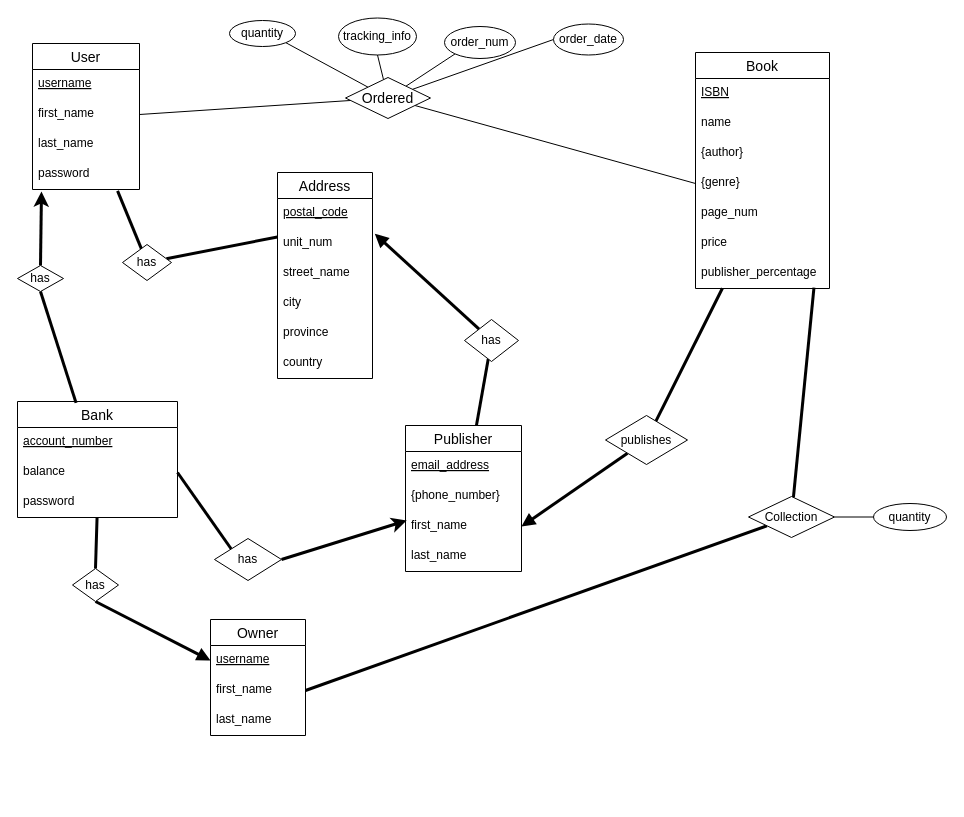
MiniEinsteinD/BookStore keeps this draw.io diagram as Diagrams/2.1 Conceptual Design.drawio. Above is the earlier version. Source tidied: cells renumbered, new cells numbered last; positions are measured from the earlier drawing's top-left corner, leaving out a move shared by most shapes. Both pictures are drawn from the tidied source at 100%, with x=0, y=0 at pixel (17, 18).
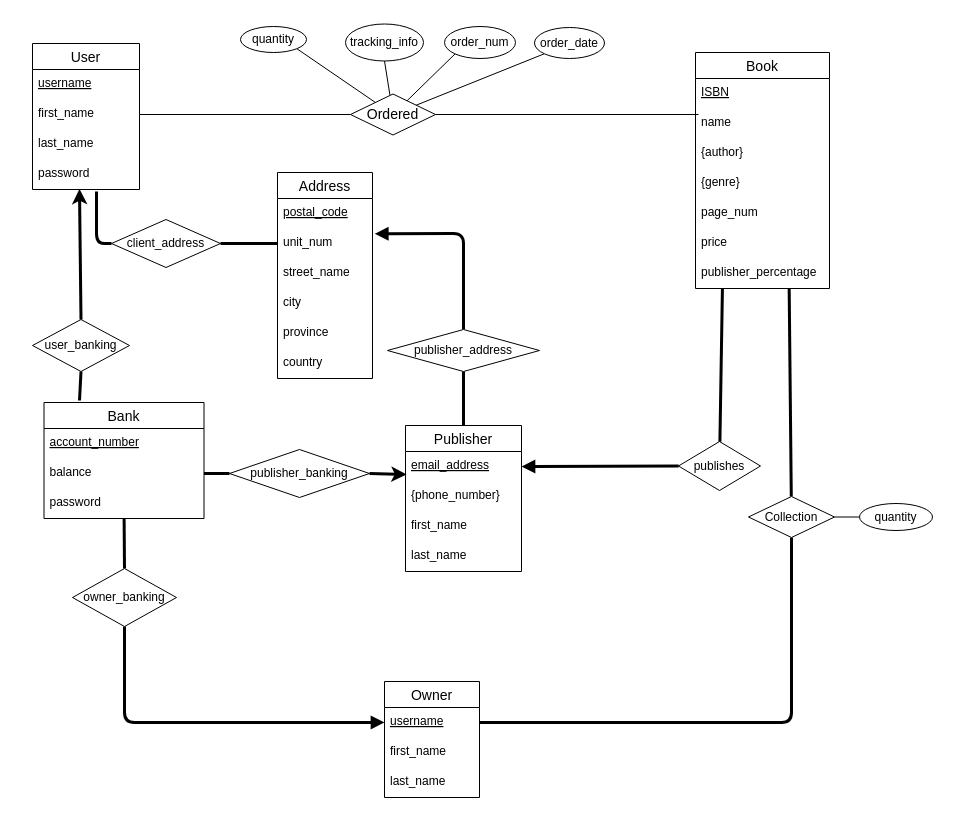
After the change.

Unchanged cells that the change refers to:
```xml
<mxCell id="6" value="password" style="text;strokeColor=none;fillColor=none;spacingLeft=4;spacingRight=4;overflow=hidden;points=[[0,0.5],[1,0.5]];portConstraint=eastwest;fontSize=12;fontColor=default;" parent="2" vertex="1">
  <mxGeometry y="116" width="107" height="30" as="geometry" />
</mxCell>
<mxCell id="11" value="{genre}" style="text;strokeColor=none;fillColor=none;spacingLeft=4;spacingRight=4;overflow=hidden;points=[[0,0.5],[1,0.5]];portConstraint=eastwest;fontSize=12;fontColor=default;" parent="7" vertex="1">
  <mxGeometry y="116" width="134" height="30" as="geometry" />
</mxCell>
<mxCell id="14" value="publisher_percentage" style="text;strokeColor=none;fillColor=none;spacingLeft=4;spacingRight=4;overflow=hidden;points=[[0,0.5],[1,0.5]];portConstraint=eastwest;fontSize=12;fontColor=default;" parent="7" vertex="1">
  <mxGeometry y="206" width="134" height="30" as="geometry" />
</mxCell>
<mxCell id="17" value="Collection" style="shape=rhombus;perimeter=rhombusPerimeter;whiteSpace=wrap;html=1;align=center;fontColor=default;" parent="1" vertex="1">
  <mxGeometry x="731" y="478" width="86" height="41" as="geometry" />
</mxCell>
<mxCell id="22" value="balance" style="text;strokeColor=none;fillColor=none;spacingLeft=4;spacingRight=4;overflow=hidden;points=[[0,0.5],[1,0.5]];portConstraint=eastwest;fontSize=12;fontColor=default;" parent="20" vertex="1">
  <mxGeometry y="56" width="160" height="30" as="geometry" />
</mxCell>
<mxCell id="29" value="unit_num" style="text;strokeColor=none;fillColor=none;spacingLeft=4;spacingRight=4;overflow=hidden;points=[[0,0.5],[1,0.5]];portConstraint=eastwest;fontSize=12;" parent="27" vertex="1">
  <mxGeometry y="56" width="95" height="30" as="geometry" />
</mxCell>
<mxCell id="49" value="email_address" style="text;strokeColor=none;fillColor=none;spacingLeft=4;spacingRight=4;overflow=hidden;points=[[0,0.5],[1,0.5]];portConstraint=eastwest;fontSize=12;fontStyle=4;" parent="48" vertex="1">
  <mxGeometry y="26" width="116" height="30" as="geometry" />
</mxCell>
<mxCell id="51" value="first_name" style="text;strokeColor=none;fillColor=none;spacingLeft=4;spacingRight=4;overflow=hidden;points=[[0,0.5],[1,0.5]];portConstraint=eastwest;fontSize=12;" parent="48" vertex="1">
  <mxGeometry y="86" width="116" height="30" as="geometry" />
</mxCell>
<mxCell id="54" value="username" style="text;strokeColor=none;fillColor=none;spacingLeft=4;spacingRight=4;overflow=hidden;points=[[0,0.5],[1,0.5]];portConstraint=eastwest;fontSize=12;fontStyle=4;" parent="53" vertex="1">
  <mxGeometry y="26" width="95" height="30" as="geometry" />
</mxCell>
<mxCell id="55" value="first_name        " style="text;strokeColor=none;fillColor=none;spacingLeft=4;spacingRight=4;overflow=hidden;points=[[0,0.5],[1,0.5]];portConstraint=eastwest;fontSize=12;" parent="53" vertex="1">
  <mxGeometry y="56" width="95" height="30" as="geometry" />
</mxCell>
```

What changed in the source:
```diff
@@
-    <mxCell id="15" style="edgeStyle=none;html=1;entryX=1;entryY=0.5;entryDx=0;entryDy=0;endArrow=none;endFill=0;strokeWidth=3;" parent="1" edge="1" source="17" target="55">
-      <mxGeometry relative="1" as="geometry" />
+    <mxCell id="15" style="edgeStyle=none;html=1;entryX=1;entryY=0.5;entryDx=0;entryDy=0;endArrow=none;endFill=0;strokeWidth=3;" parent="1" edge="1" source="17" target="54">
+      <mxGeometry relative="1" as="geometry">
+        <Array as="points">
+          <mxPoint x="774" y="704" />
+        </Array>
+      </mxGeometry>
     </mxCell>
-    <mxCell id="16" style="edgeStyle=none;html=1;endArrow=none;endFill=0;strokeWidth=3;startArrow=none;startFill=0;entryX=0.884;entryY=0.973;entryDx=0;entryDy=0;entryPerimeter=0;" parent="1" edge="1" source="17" target="14">
+    <mxCell id="16" style="edgeStyle=none;html=1;endArrow=none;endFill=0;strokeWidth=3;startArrow=none;startFill=0;entryX=0.699;entryY=0.987;entryDx=0;entryDy=0;entryPerimeter=0;" parent="1" edge="1" source="17" target="14">
       <mxGeometry relative="1" as="geometry" />
     </mxCell>
@@
     <mxCell id="19" value="&lt;span style=&quot;text-align: left&quot;&gt;quantity&lt;/span&gt;" style="ellipse;whiteSpace=wrap;html=1;align=center;fontColor=default;" parent="1" vertex="1">
-      <mxGeometry x="856" y="485" width="73" height="27" as="geometry" />
+      <mxGeometry x="842" y="485" width="73" height="27" as="geometry" />
     </mxCell>
     <mxCell id="20" value="Bank" style="swimlane;fontStyle=0;horizontal=1;startSize=26;align=center;fontSize=14;fontColor=default;" parent="1" vertex="1">
-      <mxGeometry y="383" width="160" height="116" as="geometry" />
+      <mxGeometry x="26.5" y="384" width="160" height="116" as="geometry" />
     </mxCell>
@@
-    <mxCell id="24" style="html=1;fontColor=default;endArrow=none;endFill=0;exitX=0.5;exitY=1;exitDx=0;exitDy=0;strokeWidth=3;entryX=0.366;entryY=0.012;entryDx=0;entryDy=0;entryPerimeter=0;" parent="1" edge="1" source="26" target="20">
-      <mxGeometry relative="1" as="geometry" />
+    <mxCell id="24" style="html=1;fontColor=default;endArrow=none;endFill=0;exitX=0.5;exitY=1;exitDx=0;exitDy=0;strokeWidth=3;" parent="1" edge="1" source="26">
+      <mxGeometry relative="1" as="geometry">
+        <mxPoint x="62" y="382" as="targetPoint" />
+      </mxGeometry>
     </mxCell>
-    <mxCell id="25" style="edgeStyle=none;html=1;exitX=0.5;exitY=0;exitDx=0;exitDy=0;entryX=0.084;entryY=1.067;entryDx=0;entryDy=0;entryPerimeter=0;endArrow=classic;endFill=1;strokeWidth=3;" parent="1" edge="1" source="26" target="6">
+    <mxCell id="25" style="edgeStyle=none;html=1;exitX=0.5;exitY=0;exitDx=0;exitDy=0;entryX=0.439;entryY=0.98;entryDx=0;entryDy=0;entryPerimeter=0;endArrow=classic;endFill=1;strokeWidth=3;" parent="1" edge="1" source="26" target="6">
       <mxGeometry relative="1" as="geometry" />
     </mxCell>
-    <mxCell id="26" value="has" style="shape=rhombus;perimeter=rhombusPerimeter;whiteSpace=wrap;html=1;align=center;fontColor=default;" parent="1" vertex="1">
-      <mxGeometry y="247" width="46" height="26" as="geometry" />
+    <mxCell id="26" value="user_banking" style="shape=rhombus;perimeter=rhombusPerimeter;whiteSpace=wrap;html=1;align=center;fontColor=default;" parent="1" vertex="1">
+      <mxGeometry x="15" y="301" width="97" height="52" as="geometry" />
     </mxCell>
@@
-    <mxCell id="34" style="edgeStyle=none;html=1;endArrow=none;endFill=0;strokeWidth=3;entryX=-0.001;entryY=0.283;entryDx=0;entryDy=0;entryPerimeter=0;" parent="1" edge="1" source="36" target="29">
+    <mxCell id="34" style="edgeStyle=none;html=1;endArrow=none;endFill=0;strokeWidth=3;entryX=0;entryY=0.5;entryDx=0;entryDy=0;" parent="1" edge="1" source="36" target="29">
       <mxGeometry relative="1" as="geometry" />
     </mxCell>
-    <mxCell id="35" style="edgeStyle=none;html=1;endArrow=none;endFill=0;strokeWidth=3;entryX=0.795;entryY=1.048;entryDx=0;entryDy=0;entryPerimeter=0;" parent="1" edge="1" source="36" target="6">
-      <mxGeometry relative="1" as="geometry" />
+    <mxCell id="35" style="edgeStyle=none;html=1;endArrow=none;endFill=0;strokeWidth=3;exitX=0;exitY=0.5;exitDx=0;exitDy=0;" parent="1" edge="1" source="36">
+      <mxGeometry relative="1" as="geometry">
+        <mxPoint x="79" y="173" as="targetPoint" />
+        <Array as="points">
+          <mxPoint x="79" y="225" />
+        </Array>
+      </mxGeometry>
     </mxCell>
-    <mxCell id="36" value="has" style="shape=rhombus;perimeter=rhombusPerimeter;whiteSpace=wrap;html=1;align=center;fontColor=default;" parent="1" vertex="1">
-      <mxGeometry x="105" y="226" width="49" height="36" as="geometry" />
+    <mxCell id="36" value="client_address" style="shape=rhombus;perimeter=rhombusPerimeter;whiteSpace=wrap;html=1;align=center;fontColor=default;" parent="1" vertex="1">
+      <mxGeometry x="94" y="201" width="109" height="48" as="geometry" />
     </mxCell>
-    <mxCell id="37" style="edgeStyle=none;html=1;entryX=0;entryY=0.5;entryDx=0;entryDy=0;endArrow=none;endFill=0;" parent="1" edge="1" source="43" target="44">
+    <mxCell id="37" style="edgeStyle=none;html=1;entryX=0;entryY=1;entryDx=0;entryDy=0;endArrow=none;endFill=0;" parent="1" edge="1" source="43" target="44">
       <mxGeometry relative="1" as="geometry" />
     </mxCell>
@@
-    <mxCell id="42" style="edgeStyle=none;html=1;entryX=0;entryY=0.5;entryDx=0;entryDy=0;endArrow=none;endFill=0;" parent="1" edge="1" source="43" target="11">
-      <mxGeometry relative="1" as="geometry" />
+    <mxCell id="42" style="edgeStyle=none;html=1;endArrow=none;endFill=0;" parent="1" edge="1" source="43">
+      <mxGeometry relative="1" as="geometry">
+        <mxPoint x="681" y="96" as="targetPoint" />
+      </mxGeometry>
     </mxCell>
     <mxCell id="43" value="&lt;span style=&quot;font-size: 14px&quot;&gt;Ordered&lt;/span&gt;" style="shape=rhombus;perimeter=rhombusPerimeter;whiteSpace=wrap;html=1;align=center;fontColor=default;" parent="1" vertex="1">
-      <mxGeometry x="328" y="59" width="85" height="41" as="geometry" />
+      <mxGeometry x="333" y="75.5" width="85" height="41" as="geometry" />
     </mxCell>
     <mxCell id="44" value="&lt;span style=&quot;text-align: left&quot;&gt;order_date&lt;/span&gt;" style="ellipse;whiteSpace=wrap;html=1;align=center;fontColor=default;" parent="1" vertex="1">
-      <mxGeometry x="536" y="5.5" width="70" height="31" as="geometry" />
+      <mxGeometry x="517" y="9" width="70" height="31" as="geometry" />
     </mxCell>
     <mxCell id="45" value="&lt;span style=&quot;text-align: left&quot;&gt;tracking_info&lt;/span&gt;" style="ellipse;whiteSpace=wrap;html=1;align=center;fontColor=default;" parent="1" vertex="1">
-      <mxGeometry x="321" y="-0.5" width="78" height="37" as="geometry" />
+      <mxGeometry x="328" y="5.5" width="78" height="37" as="geometry" />
     </mxCell>
     <mxCell id="46" value="&lt;span style=&quot;text-align: left&quot;&gt;quantity&lt;/span&gt;" style="ellipse;whiteSpace=wrap;html=1;align=center;fontColor=default;" parent="1" vertex="1">
-      <mxGeometry x="212" y="2" width="66" height="26" as="geometry" />
+      <mxGeometry x="223" y="8" width="66" height="26" as="geometry" />
     </mxCell>
@@
     <mxCell id="53" value="Owner" style="swimlane;fontStyle=0;horizontal=1;startSize=26;align=center;fontSize=14;" parent="1" vertex="1">
-      <mxGeometry x="193" y="601" width="95" height="116" as="geometry" />
+      <mxGeometry x="367" y="663" width="95" height="116" as="geometry" />
     </mxCell>
@@
     <mxCell id="57" style="html=1;fontColor=default;endArrow=block;endFill=1;exitX=0.5;exitY=1;exitDx=0;exitDy=0;strokeWidth=3;entryX=0;entryY=0.5;entryDx=0;entryDy=0;" parent="1" edge="1" source="59" target="54">
-      <mxGeometry relative="1" as="geometry" />
+      <mxGeometry relative="1" as="geometry">
+        <Array as="points">
+          <mxPoint x="107" y="704" />
+        </Array>
+      </mxGeometry>
     </mxCell>
@@
-    <mxCell id="59" value="has" style="shape=rhombus;perimeter=rhombusPerimeter;whiteSpace=wrap;html=1;align=center;fontColor=default;" parent="1" vertex="1">
-      <mxGeometry x="55" y="550" width="46" height="33" as="geometry" />
+    <mxCell id="59" value="owner_banking" style="shape=rhombus;perimeter=rhombusPerimeter;whiteSpace=wrap;html=1;align=center;fontColor=default;" parent="1" vertex="1">
+      <mxGeometry x="55" y="550" width="104" height="58" as="geometry" />
     </mxCell>
-    <mxCell id="60" style="html=1;fontColor=default;endArrow=none;endFill=0;exitX=0;exitY=0;exitDx=0;exitDy=0;strokeWidth=3;entryX=1;entryY=0.5;entryDx=0;entryDy=0;" parent="1" edge="1" source="62" target="22">
+    <mxCell id="60" style="html=1;fontColor=default;endArrow=none;endFill=0;exitX=0;exitY=0.5;exitDx=0;exitDy=0;strokeWidth=3;entryX=1;entryY=0.5;entryDx=0;entryDy=0;" parent="1" edge="1" source="62" target="22">
       <mxGeometry relative="1" as="geometry" />
     </mxCell>
-    <mxCell id="61" style="edgeStyle=none;html=1;exitX=1;exitY=0.5;exitDx=0;exitDy=0;entryX=0.011;entryY=0.299;entryDx=0;entryDy=0;endArrow=classic;endFill=1;strokeWidth=3;entryPerimeter=0;" parent="1" edge="1" source="62" target="51">
+    <mxCell id="61" style="edgeStyle=none;html=1;exitX=1;exitY=0.5;exitDx=0;exitDy=0;entryX=0.01;entryY=0.767;entryDx=0;entryDy=0;endArrow=classic;endFill=1;strokeWidth=3;entryPerimeter=0;" parent="1" edge="1" source="62" target="49">
       <mxGeometry relative="1" as="geometry" />
     </mxCell>
-    <mxCell id="62" value="has" style="shape=rhombus;perimeter=rhombusPerimeter;whiteSpace=wrap;html=1;align=center;fontColor=default;" parent="1" vertex="1">
-      <mxGeometry x="197" y="520" width="67" height="42" as="geometry" />
+    <mxCell id="62" value="publisher_banking" style="shape=rhombus;perimeter=rhombusPerimeter;whiteSpace=wrap;html=1;align=center;fontColor=default;" parent="1" vertex="1">
+      <mxGeometry x="212" y="431" width="140" height="48" as="geometry" />
     </mxCell>
-    <mxCell id="63" style="edgeStyle=none;html=1;entryX=1;entryY=0.5;entryDx=0;entryDy=0;endArrow=block;endFill=1;strokeWidth=3;" parent="1" edge="1" source="65" target="51">
+    <mxCell id="63" style="edgeStyle=none;html=1;entryX=1;entryY=0.5;entryDx=0;entryDy=0;endArrow=block;endFill=1;strokeWidth=3;" parent="1" edge="1" source="65" target="49">
       <mxGeometry relative="1" as="geometry" />
     </mxCell>
@@
     <mxCell id="65" value="publishes" style="shape=rhombus;perimeter=rhombusPerimeter;whiteSpace=wrap;html=1;align=center;fontColor=default;" parent="1" vertex="1">
-      <mxGeometry x="588" y="397" width="82" height="49" as="geometry" />
+      <mxGeometry x="661" y="423" width="82" height="49" as="geometry" />
     </mxCell>
@@
     <mxCell id="67" style="edgeStyle=none;html=1;entryX=1.024;entryY=0.176;entryDx=0;entryDy=0;entryPerimeter=0;endArrow=block;endFill=1;strokeWidth=3;" parent="1" edge="1" source="68" target="29">
-      <mxGeometry relative="1" as="geometry" />
+      <mxGeometry relative="1" as="geometry">
+        <Array as="points">
+          <mxPoint x="446" y="215" />
+        </Array>
+      </mxGeometry>
     </mxCell>
-    <mxCell id="68" value="has" style="shape=rhombus;perimeter=rhombusPerimeter;whiteSpace=wrap;html=1;align=center;fontColor=default;" parent="1" vertex="1">
-      <mxGeometry x="447" y="301" width="54" height="42" as="geometry" />
+    <mxCell id="68" value="publisher_address" style="shape=rhombus;perimeter=rhombusPerimeter;whiteSpace=wrap;html=1;align=center;fontColor=default;" parent="1" vertex="1">
+      <mxGeometry x="370" y="311" width="152" height="42" as="geometry" />
     </mxCell>
```
